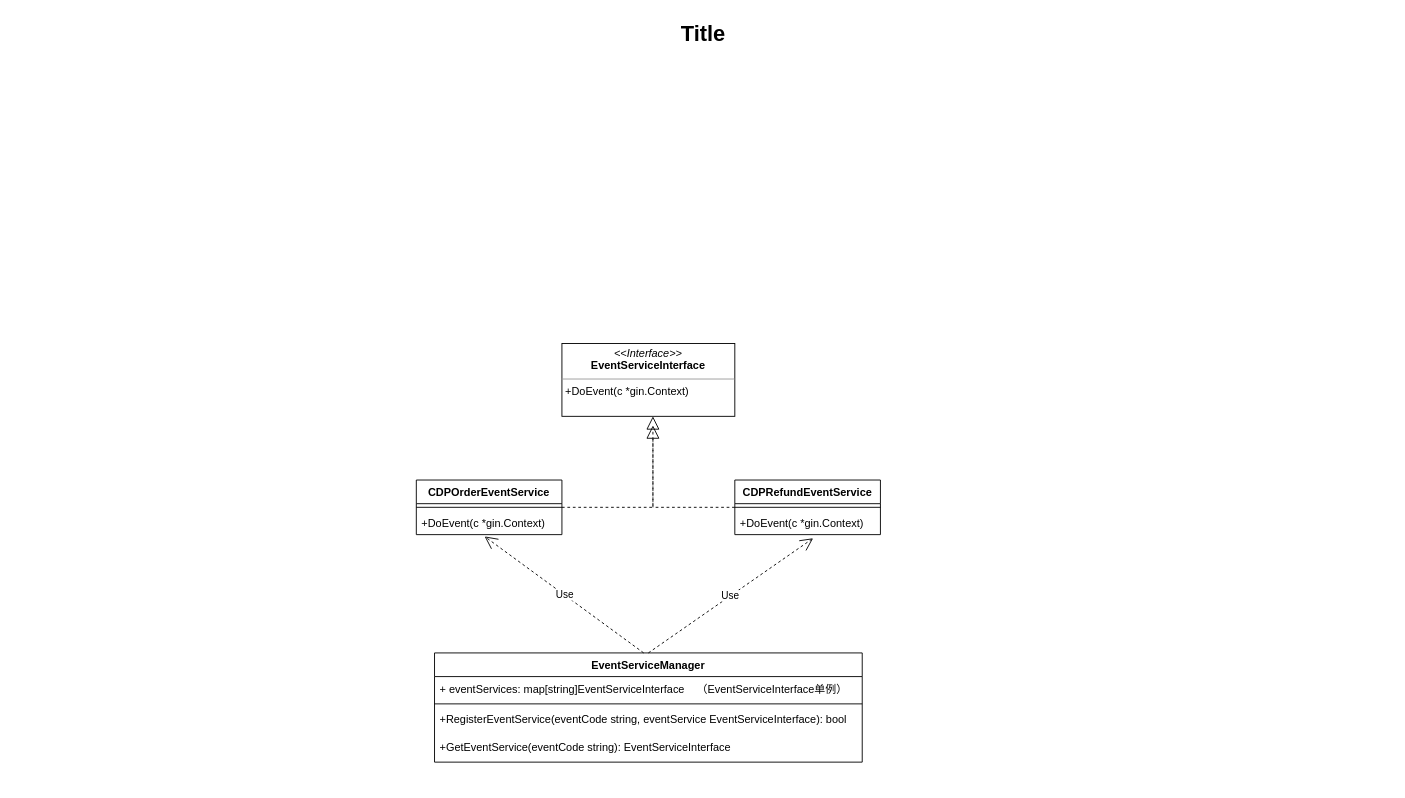
Amat-pro/algorithm-golang keeps this draw.io diagram as Untitled Diagram.drawio. Above is the earlier version. Source tidied: cells renumbered, new cells numbered last; positions are measured from the earlier drawing's top-left corner, leaving out a move shared by most shapes. Both pictures are drawn from the tidied source at 91%, with x=0, y=0 at pixel (15, 15).
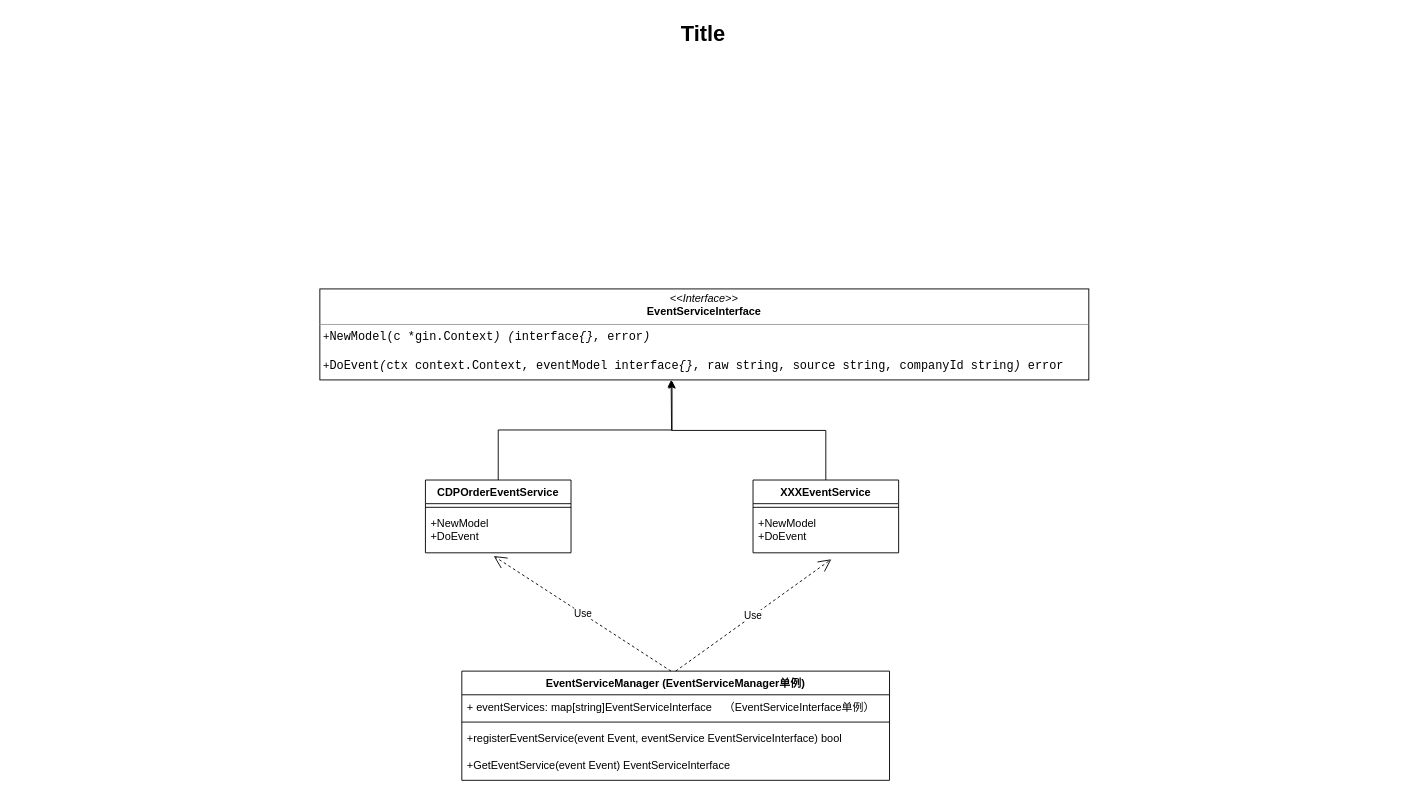
The same diagram, later.

Change to the diagram source:
```diff
@@
-    <mxCell id="3" value="&lt;p style=&quot;margin: 0px ; margin-top: 4px ; text-align: center&quot;&gt;&lt;i&gt;&amp;lt;&amp;lt;Interface&amp;gt;&amp;gt;&lt;/i&gt;&lt;br&gt;&lt;b&gt;EventServiceInterface&lt;/b&gt;&lt;/p&gt;&lt;hr size=&quot;1&quot;&gt;&lt;p style=&quot;margin: 0px ; margin-left: 4px&quot;&gt;+DoEvent(c *gin.Context&lt;span&gt;)&lt;/span&gt;&lt;/p&gt;&lt;p style=&quot;margin: 0px ; margin-left: 4px&quot;&gt;&lt;br&gt;&lt;/p&gt;" style="verticalAlign=top;align=left;overflow=fill;fontSize=12;fontFamily=Helvetica;html=1;" parent="1" vertex="1">
-      <mxGeometry x="600" y="360" width="190" height="80" as="geometry" />
+    <mxCell id="3" value="&lt;p style=&quot;margin: 0px ; margin-top: 4px ; text-align: center&quot;&gt;&lt;i&gt;&amp;lt;&amp;lt;Interface&amp;gt;&amp;gt;&lt;/i&gt;&lt;br&gt;&lt;b&gt;EventServiceInterface&lt;/b&gt;&lt;/p&gt;&lt;hr size=&quot;1&quot;&gt;&lt;p style=&quot;margin: 0px ; margin-left: 4px&quot;&gt;+&lt;span style=&quot;font-family: &amp;#34;jetbrains mono&amp;#34; , monospace ; font-size: 9.8pt&quot;&gt;NewModel(c *gin.Context&lt;/span&gt;&lt;span style=&quot;font-family: &amp;#34;jetbrains mono&amp;#34; , monospace ; font-size: 9.8pt ; font-style: italic&quot;&gt;) (&lt;/span&gt;&lt;span style=&quot;font-family: &amp;#34;jetbrains mono&amp;#34; , monospace ; font-size: 9.8pt&quot;&gt;interface&lt;/span&gt;&lt;span style=&quot;font-family: &amp;#34;jetbrains mono&amp;#34; , monospace ; font-size: 9.8pt ; font-style: italic&quot;&gt;{}&lt;/span&gt;&lt;span style=&quot;font-family: &amp;#34;jetbrains mono&amp;#34; , monospace ; font-size: 9.8pt&quot;&gt;, &lt;/span&gt;&lt;span style=&quot;font-family: &amp;#34;jetbrains mono&amp;#34; , monospace ; font-size: 9.8pt&quot;&gt;error&lt;/span&gt;&lt;span style=&quot;font-family: &amp;#34;jetbrains mono&amp;#34; , monospace ; font-size: 9.8pt ; font-style: italic&quot;&gt;)&lt;/span&gt;&lt;/p&gt;&lt;p style=&quot;margin: 0px ; margin-left: 4px&quot;&gt;&lt;span style=&quot;font-family: &amp;#34;jetbrains mono&amp;#34; , monospace ; font-size: 9.8pt ; font-style: italic&quot;&gt;&lt;br&gt;&lt;/span&gt;&lt;/p&gt;&lt;p style=&quot;margin: 0px ; margin-left: 4px&quot;&gt;&lt;span style=&quot;background-color: rgb(255 , 255 , 255)&quot;&gt;+&lt;span style=&quot;font-family: &amp;#34;jetbrains mono&amp;#34; , monospace ; font-size: 9.8pt&quot;&gt;DoEvent&lt;/span&gt;&lt;span style=&quot;font-family: &amp;#34;jetbrains mono&amp;#34; , monospace ; font-size: 9.8pt ; font-style: italic&quot;&gt;(&lt;/span&gt;&lt;span style=&quot;font-family: &amp;#34;jetbrains mono&amp;#34; , monospace ; font-size: 9.8pt&quot;&gt;ctx &lt;/span&gt;&lt;span style=&quot;font-family: &amp;#34;jetbrains mono&amp;#34; , monospace ; font-size: 9.8pt&quot;&gt;context&lt;/span&gt;&lt;span style=&quot;font-family: &amp;#34;jetbrains mono&amp;#34; , monospace ; font-size: 9.8pt&quot;&gt;.&lt;/span&gt;&lt;span style=&quot;font-family: &amp;#34;jetbrains mono&amp;#34; , monospace ; font-size: 9.8pt&quot;&gt;Context&lt;/span&gt;&lt;span style=&quot;font-family: &amp;#34;jetbrains mono&amp;#34; , monospace ; font-size: 9.8pt&quot;&gt;, &lt;/span&gt;&lt;span style=&quot;font-family: &amp;#34;jetbrains mono&amp;#34; , monospace ; font-size: 9.8pt&quot;&gt;eventModel &lt;/span&gt;&lt;span style=&quot;font-family: &amp;#34;jetbrains mono&amp;#34; , monospace ; font-size: 9.8pt&quot;&gt;interface&lt;/span&gt;&lt;span style=&quot;font-family: &amp;#34;jetbrains mono&amp;#34; , monospace ; font-size: 9.8pt ; font-style: italic&quot;&gt;{}&lt;/span&gt;&lt;span style=&quot;font-family: &amp;#34;jetbrains mono&amp;#34; , monospace ; font-size: 9.8pt&quot;&gt;, &lt;/span&gt;&lt;span style=&quot;font-family: &amp;#34;jetbrains mono&amp;#34; , monospace ; font-size: 9.8pt&quot;&gt;raw &lt;/span&gt;&lt;span style=&quot;font-family: &amp;#34;jetbrains mono&amp;#34; , monospace ; font-size: 9.8pt&quot;&gt;string&lt;/span&gt;&lt;span style=&quot;font-family: &amp;#34;jetbrains mono&amp;#34; , monospace ; font-size: 9.8pt&quot;&gt;, &lt;/span&gt;&lt;span style=&quot;font-family: &amp;#34;jetbrains mono&amp;#34; , monospace ; font-size: 9.8pt&quot;&gt;source &lt;/span&gt;&lt;span style=&quot;font-family: &amp;#34;jetbrains mono&amp;#34; , monospace ; font-size: 9.8pt&quot;&gt;string&lt;/span&gt;&lt;span style=&quot;font-family: &amp;#34;jetbrains mono&amp;#34; , monospace ; font-size: 9.8pt&quot;&gt;, &lt;/span&gt;&lt;span style=&quot;font-family: &amp;#34;jetbrains mono&amp;#34; , monospace ; font-size: 9.8pt&quot;&gt;companyId &lt;/span&gt;&lt;span style=&quot;font-family: &amp;#34;jetbrains mono&amp;#34; , monospace ; font-size: 9.8pt&quot;&gt;string&lt;/span&gt;&lt;span style=&quot;font-family: &amp;#34;jetbrains mono&amp;#34; , monospace ; font-size: 9.8pt ; font-style: italic&quot;&gt;) &lt;/span&gt;&lt;span style=&quot;font-family: &amp;#34;jetbrains mono&amp;#34; , monospace ; font-size: 9.8pt&quot;&gt;error&lt;/span&gt;&lt;/span&gt;&lt;/p&gt;" style="verticalAlign=top;align=left;overflow=fill;fontSize=12;fontFamily=Helvetica;html=1;" parent="1" vertex="1">
+      <mxGeometry x="334" y="300" width="845" height="100" as="geometry" />
     </mxCell>
-    <mxCell id="4" style="endArrow=block;dashed=1;endFill=0;endSize=12;html=1;rounded=0;exitX=1;exitY=0.5;exitDx=0;exitDy=0;" parent="1" edge="1" source="5">
-      <mxGeometry relative="1" as="geometry">
-        <mxPoint x="700" y="440" as="targetPoint" />
-        <Array as="points">
-          <mxPoint x="700" y="540" />
-        </Array>
-      </mxGeometry>
-    </mxCell>
+    <mxCell id="19" style="edgeStyle=orthogonalEdgeStyle;rounded=0;jettySize=auto;html=1;exitX=0.5;exitY=0;exitDx=0;exitDy=0;entryX=0.458;entryY=1.01;entryDx=0;entryDy=0;entryPerimeter=0;fontColor=#000000;" parent="1" edge="1" source="5" target="3">
+      <mxGeometry relative="1" as="geometry" />
+    </mxCell>
     <mxCell id="5" value="CDPOrderEventService" style="swimlane;fontStyle=1;align=center;verticalAlign=top;horizontal=1;startSize=26;" parent="1" vertex="1">
-      <mxGeometry x="440" y="510" width="160" height="60" as="geometry" />
+      <mxGeometry x="450" y="510" width="160" height="80" as="geometry" />
     </mxCell>
@@
-    <mxCell id="7" value="+DoEvent(c *gin.Context)&#10;" style="text;strokeColor=none;fillColor=none;align=left;verticalAlign=top;spacingLeft=4;spacingRight=4;overflow=hidden;points=[[0,0.5],[1,0.5]];portConstraint=eastwest;" parent="5" vertex="1">
-      <mxGeometry y="34" width="160" height="26" as="geometry" />
+    <mxCell id="7" value="+NewModel&#10;+DoEvent" style="text;strokeColor=none;fillColor=none;align=left;verticalAlign=top;spacingLeft=4;spacingRight=4;overflow=hidden;points=[[0,0.5],[1,0.5]];portConstraint=eastwest;" parent="5" vertex="1">
+      <mxGeometry y="34" width="160" height="46" as="geometry" />
     </mxCell>
+    <mxCell id="20" style="edgeStyle=orthogonalEdgeStyle;rounded=0;jettySize=auto;html=1;exitX=0.5;exitY=0;exitDx=0;exitDy=0;fontColor=#000000;" parent="1" edge="1" source="8">
+      <mxGeometry relative="1" as="geometry">
+        <mxPoint x="720" y="400" as="targetPoint" />
+      </mxGeometry>
+    </mxCell>
-    <mxCell id="8" value="CDPRefundEventService" style="swimlane;fontStyle=1;align=center;verticalAlign=top;horizontal=1;startSize=26;" parent="1" vertex="1">
-      <mxGeometry x="790" y="510" width="160" height="60" as="geometry" />
+    <mxCell id="8" value="XXXEventService" style="swimlane;fontStyle=1;align=center;verticalAlign=top;horizontal=1;startSize=26;" parent="1" vertex="1">
+      <mxGeometry x="810" y="510" width="160" height="80" as="geometry" />
     </mxCell>
@@
-    <mxCell id="10" value="+DoEvent(c *gin.Context)&#10;" style="text;strokeColor=none;fillColor=none;align=left;verticalAlign=top;spacingLeft=4;spacingRight=4;overflow=hidden;points=[[0,0.5],[1,0.5]];portConstraint=eastwest;" parent="8" vertex="1">
-      <mxGeometry y="34" width="160" height="26" as="geometry" />
+    <mxCell id="10" value="+NewModel&#10;+DoEvent" style="text;strokeColor=none;fillColor=none;align=left;verticalAlign=top;spacingLeft=4;spacingRight=4;overflow=hidden;points=[[0,0.5],[1,0.5]];portConstraint=eastwest;" parent="8" vertex="1">
+      <mxGeometry y="34" width="160" height="46" as="geometry" />
     </mxCell>
-    <mxCell id="11" style="endArrow=block;dashed=1;endFill=0;endSize=12;html=1;rounded=0;exitX=0;exitY=0.5;exitDx=0;exitDy=0;" parent="1" edge="1" source="8">
-      <mxGeometry relative="1" as="geometry">
-        <mxPoint x="700" y="450" as="targetPoint" />
-        <Array as="points">
-          <mxPoint x="700" y="540" />
-          <mxPoint x="700" y="480" />
-        </Array>
-      </mxGeometry>
-    </mxCell>
-    <mxCell id="12" value="EventServiceManager" style="swimlane;fontStyle=1;align=center;verticalAlign=top;horizontal=1;startSize=26;" parent="1" vertex="1">
-      <mxGeometry x="460" y="700" width="470" height="120" as="geometry" />
+    <mxCell id="12" value="EventServiceManager (EventServiceManager单例)" style="swimlane;fontStyle=1;align=center;verticalAlign=top;horizontal=1;startSize=26;" parent="1" vertex="1">
+      <mxGeometry x="490" y="720" width="470" height="120" as="geometry" />
     </mxCell>
@@
-    <mxCell id="15" value="+RegisterEventService(eventCode string, eventService EventServiceInterface): bool" style="text;strokeColor=none;fillColor=none;align=left;verticalAlign=top;spacingLeft=4;spacingRight=4;overflow=hidden;" parent="12" vertex="1">
+    <mxCell id="15" value="+registerEventService(event Event, eventService EventServiceInterface) bool" style="text;strokeColor=none;fillColor=none;align=left;verticalAlign=top;spacingLeft=4;spacingRight=4;overflow=hidden;" parent="12" vertex="1">
       <mxGeometry y="60" width="470" height="30" as="geometry" />
     </mxCell>
-    <mxCell id="16" value="+GetEventService(eventCode string): EventServiceInterface" style="text;strokeColor=none;fillColor=none;align=left;verticalAlign=top;spacingLeft=4;spacingRight=4;overflow=hidden;" parent="12" vertex="1">
+    <mxCell id="16" value="+GetEventService(event Event) EventServiceInterface" style="text;strokeColor=none;fillColor=none;align=left;verticalAlign=top;spacingLeft=4;spacingRight=4;overflow=hidden;" parent="12" vertex="1">
       <mxGeometry y="90" width="470" height="30" as="geometry" />
     </mxCell>
```
